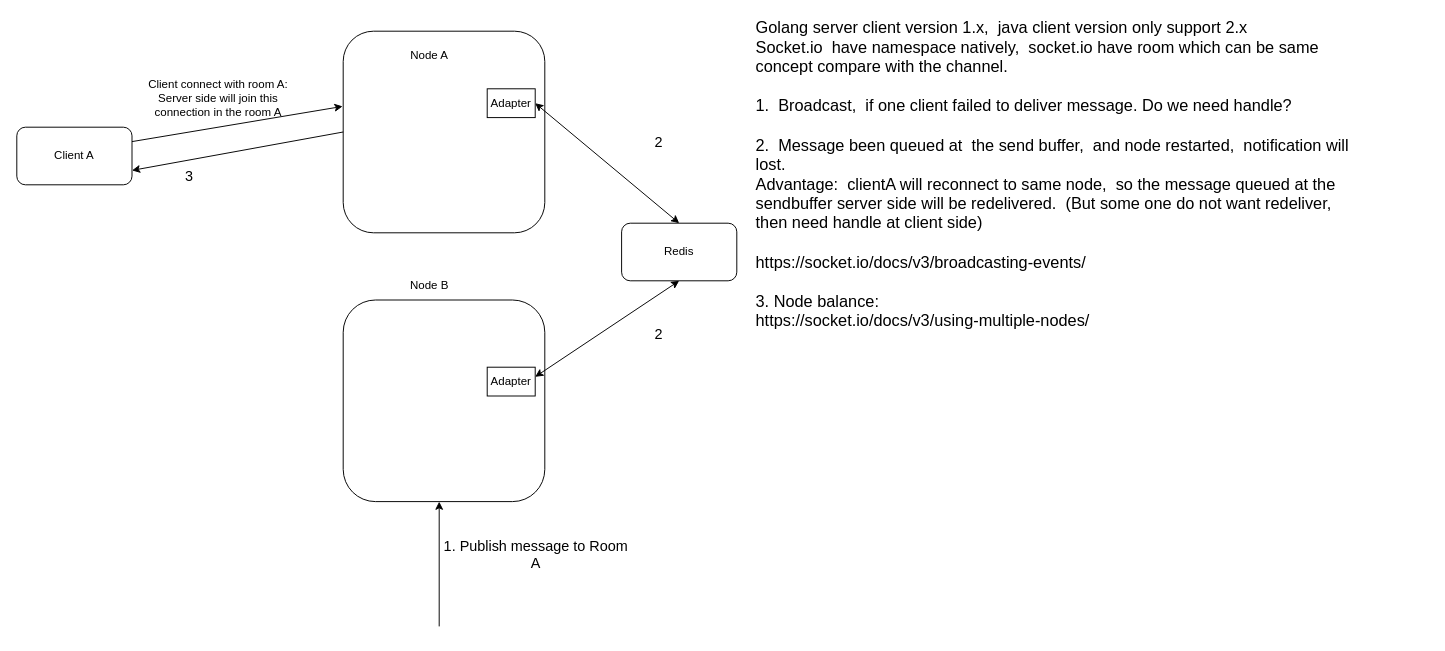
Earlier version of the draw.io diagram page "socket.io push" (3 of 4) of HP/whole_auth.drawio (zhangwm1987/mydraw_io). Source tidied: cells renumbered, new cells numbered last; positions are measured from the earlier drawing's top-left corner, leaving out a move shared by most shapes. Both pictures are drawn from the tidied source at 96%, with x=0, y=0 at pixel (16, 16).
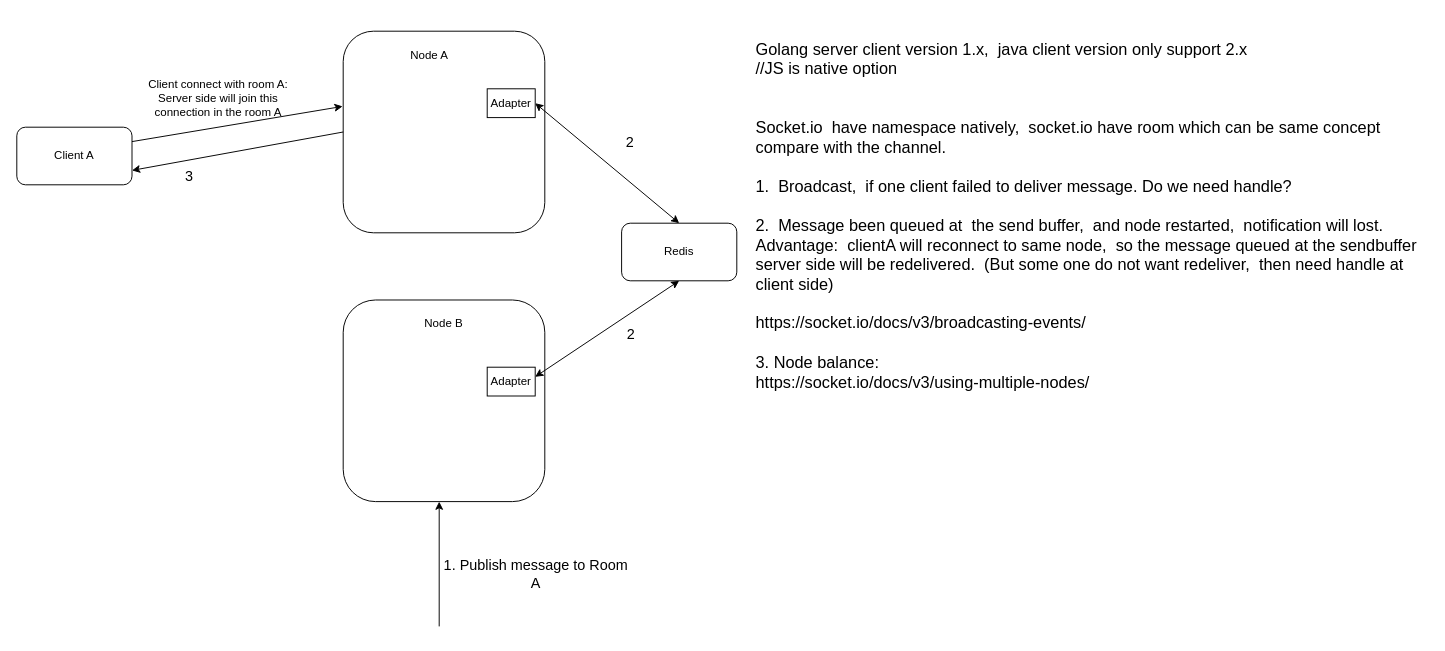
Above is the later version.

Diff of the diagram source:
```diff
@@
     <mxCell id="5" value="Node B" style="text;html=1;strokeColor=none;fillColor=none;align=center;verticalAlign=middle;whiteSpace=wrap;rounded=0;" parent="1" vertex="1">
-      <mxGeometry x="400" y="265" width="60" height="30" as="geometry" />
+      <mxGeometry x="415" y="305" width="60" height="30" as="geometry" />
     </mxCell>
@@
     <mxCell id="12" value="&lt;font style=&quot;font-size: 15px&quot;&gt;1. Publish message to Room A&lt;/font&gt;" style="text;html=1;strokeColor=none;fillColor=none;align=center;verticalAlign=middle;whiteSpace=wrap;rounded=0;" parent="1" vertex="1">
-      <mxGeometry x="442" y="545" width="198" height="30" as="geometry" />
+      <mxGeometry x="442" y="565" width="198" height="30" as="geometry" />
     </mxCell>
@@
-    <mxCell id="16" value="&lt;font style=&quot;font-size: 17px&quot;&gt;Golang server client version 1.x,&amp;nbsp; java client version only support 2.x&lt;br&gt;Socket.io&amp;nbsp; have namespace natively,&amp;nbsp; socket.io have room which can be same concept compare with the channel.&lt;br&gt;&lt;br&gt;1.&amp;nbsp; Broadcast,&amp;nbsp; if one client failed to deliver message. Do we need handle?&lt;br&gt;&lt;br&gt;2.&amp;nbsp; Message been queued at&amp;nbsp; the send buffer,&amp;nbsp; and node restarted,&amp;nbsp; notification will lost.&lt;br&gt;Advantage:&amp;nbsp; clientA will reconnect to same node,&amp;nbsp; so the message queued at the sendbuffer server side will be redelivered.&amp;nbsp; (But some one do not want redeliver,&amp;nbsp; then need handle at client side)&lt;br&gt;&lt;br&gt;https://socket.io/docs/v3/broadcasting-events/&lt;br&gt;&lt;br&gt;3. Node balance:&lt;br&gt;https://socket.io/docs/v3/using-multiple-nodes/&lt;/font&gt;" style="text;html=1;strokeColor=none;fillColor=none;align=left;verticalAlign=middle;whiteSpace=wrap;rounded=0;" parent="1" vertex="1">
-      <mxGeometry x="768" width="640" height="330" as="geometry" />
+    <mxCell id="16" value="&lt;font style=&quot;font-size: 17px&quot;&gt;Golang server client version 1.x,&amp;nbsp; java client version only support 2.x &lt;br&gt;//JS is native option&lt;br&gt;&lt;br&gt;&lt;br&gt;Socket.io&amp;nbsp; have namespace natively,&amp;nbsp; socket.io have room which can be same concept compare with the channel.&lt;br&gt;&lt;br&gt;1.&amp;nbsp; Broadcast,&amp;nbsp; if one client failed to deliver message. Do we need handle?&lt;br&gt;&lt;br&gt;2.&amp;nbsp; Message been queued at&amp;nbsp; the send buffer,&amp;nbsp; and node restarted,&amp;nbsp; notification will lost.&lt;br&gt;Advantage:&amp;nbsp; clientA will reconnect to same node,&amp;nbsp; so the message queued at the sendbuffer server side will be redelivered.&amp;nbsp; (But some one do not want redeliver,&amp;nbsp; then need handle at client side)&lt;br&gt;&lt;br&gt;https://socket.io/docs/v3/broadcasting-events/&lt;br&gt;&lt;br&gt;3. Node balance:&lt;br&gt;https://socket.io/docs/v3/using-multiple-nodes/&lt;/font&gt;" style="text;html=1;strokeColor=none;fillColor=none;align=left;verticalAlign=middle;whiteSpace=wrap;rounded=0;" parent="1" vertex="1">
+      <mxGeometry x="768" y="15" width="702" height="385" as="geometry" />
     </mxCell>
@@
     <mxCell id="18" value="&lt;font style=&quot;font-size: 15px&quot;&gt;2&lt;/font&gt;" style="text;html=1;strokeColor=none;fillColor=none;align=center;verticalAlign=middle;whiteSpace=wrap;rounded=0;" parent="1" vertex="1">
-      <mxGeometry x="570" y="315" width="198" height="30" as="geometry" />
+      <mxGeometry x="570" y="315" width="140" height="30" as="geometry" />
     </mxCell>
     <mxCell id="19" value="&lt;font style=&quot;font-size: 15px&quot;&gt;2&lt;/font&gt;" style="text;html=1;strokeColor=none;fillColor=none;align=center;verticalAlign=middle;whiteSpace=wrap;rounded=0;" parent="1" vertex="1">
-      <mxGeometry x="570" y="115" width="198" height="30" as="geometry" />
+      <mxGeometry x="570" y="115" width="138" height="30" as="geometry" />
     </mxCell>
```
